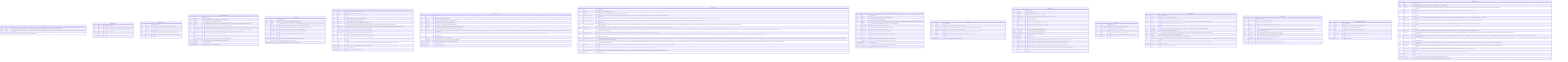
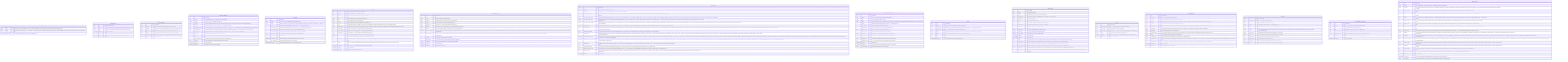
%% Generated by scripts/generate_er.py — do not edit by hand (make er)
erDiagram

    APP_CONFIG {
        string key PK "Config key in lower-snake attribute form (e.g. pdf_extractor). Matches the settings.<key> attribute name and the API path segment. ADR-0053 §2.1."
        string value "Override value as TEXT. NOT NULL — 'a row exists ⇔ override is active'. Reset to default by deleting the row (§3.3). Typed values (bool/float) are stored as their string form and coerced at read. ADR-0053 §2.1."
        timestamptz updated_at "Last write time (audit). Refreshed on every upsert. ADR-0053 §2.1."
    }

    CONVERSATIONS {
        uuid id PK "Conversation identity"
        string vault_id "Logical vault scope (matches pages/edges pattern), from VAULT_ID env var"
        string title "User-set or first-prompt-derived title, NULL until set (ADR-0019 §2.5)"
        timestamptz created_at "Row creation time"
        timestamptz updated_at "Bumped on each chat turn, drives last-active-conversation restore (AC-F6-1)"
        timestamptz deleted_at "NULL = live, set = soft-deleted (ADR-0005 / ADR-0019 §2.5)"
    }

    IMAGE_CAPTIONS {
        uuid id PK "Row identity"
        string vault_id "Vault this cached caption belongs to (per-vault cache scoping)"
        string sha256 "Lowercase hex sha256 of the image file's raw bytes (content-addressed key)"
        string file_path "Relative raw source path last seen for this content (audit, may drift)"
        string caption "Provider-generated caption used as the image's extracted text (R8-2)"
        string provider_type "Backend that produced the caption: local|api|cli (audit only, never routing)"
        timestamptz created_at "Row creation time"
    }

    IMPORT_SCHEDULES {
        uuid id PK "Row identity"
        string vault_id "Logical vault identifier — one schedule row per vault (UNIQUE)"
        boolean enabled "Scheduler is a no-op while false (ADR-0020 §4.1)"
        string source_dir "Container-visible absolute path to scan (e.g. /import). NULL until set by the user. Must be mounted into the container (ADR-0020 §7)."
        string frequency "Scan interval enum: '15m' | '1h' | '6h' | 'daily' (I7 — bounded, ADR-0020 §4.1)"
        string allowed_extensions "Comma-separated file extensions the scheduled scan imports (e.g. '.pdf,.csv'). NULL → default wider set (text + all extractable). P3-c (v1.5, ADR-0068)."
        string excluded_folders "Comma-separated folder names skipped during the scan (matched against path parts). NULL → nothing excluded. P3-c (v1.5, ADR-0068)."
        int max_size_mb "Max file size in MB the scan will import, larger files are skipped (I7). NULL → no size cap. P3-c (v1.5, ADR-0068)."
        timestamptz last_run_at "Timestamp of the last completed scan, NULL if never run"
        string last_status "Outcome of the last scan: 'ok' | 'error' | 'running' | 'skipped_disabled' | 'dir_missing' | NULL (never run)"
        int last_imported_count "Number of files copied (new/changed) during the last scan (ADR-0020 §4.3)"
        string last_error "Human-readable error from the last failed scan, NULL on success"
        timestamptz created_at "Row creation time"
        timestamptz updated_at "Updated on every PUT or scan completion"
    }

    LINT_RUNS {
        uuid id PK "Run identity"
        string vault_id "Scope — string, no vaults table (AQ-v0.5-6, ADR-0037 §3.1)"
        string status "running | completed | error. Defaults 'running', terminal write always in finally (never left 'running' on fall-through — ADR-0037 §4)."
        int max_iter "Iteration cap FROZEN at INSERT from POST body → LINT_MAX_ITER default (I7)"
        int token_budget "Token budget FROZEN at INSERT from POST body → LINT_TOKEN_BUDGET default (I7)"
        int iterations_used "Semantic rounds consumed (0..max_iter), 0 for deterministic-only scans"
        int findings_count "Number of findings emitted by this scan (capped at LINT_MAX_FINDINGS)"
        decimal total_cost_usd "I7 cost ledger, 0.0000 for local/cli (ADR-0009), $1 anomaly threshold"
        timestamptz started_at "Run start time"
        timestamptz completed_at "NULL while running, set in finally block (mirrors deep_research_runs)"
        string error_message "Populated only on status='error', NULL otherwise"
        timestamptz created_at "Row creation time (mirrors deep_research_runs/review_items)"
    }

    PAGES {
        uuid id PK "Page identity, also the Qdrant point id (ADR-0002)"
        string vault_id "Logical vault identifier — from VAULT_ID env var"
        string file_path "Relative path under vault/raw/sources/, join key to filesystem"
        string title "YAML frontmatter 'title', NULL if absent (K6, AC-K6-2/3)"
        string type "YAML frontmatter 'type', NULL if absent (K6)"
        jsonb sources "YAML frontmatter 'sources[]' as JSONB array, NULL if absent (K6)"
        jsonb tags "YAML frontmatter 'tags[]' as JSONB array, NULL if absent (K6 navigation, nashsu/llm_wiki parity). Mirrors 'sources' storage. Migration 0018."
        string generation_key "Stable identity for corpus-derived comparison/synthesis pages, mirrored as synapse_generation_key in YAML. NULL for ordinary/legacy pages (ADR-0074, 0031)."
        string content_hash "sha256 hex of raw file bytes — authoritative change signal (ADR-0001)"
        int source_mtime_ns "st_mtime_ns at last confirmed index — cheap fast-path gate (ADR-0001)"
        uuid qdrant_point_id "Qdrant point id == pages.id, explicit to allow deliberate divergence later"
        double x "FR x-coordinate (DOUBLE PRECISION), NULL until first layout (ADR-0013)"
        double y "FR y-coordinate (DOUBLE PRECISION), NULL until first layout (ADR-0013)"
        int community "Louvain community id, re-numbered by size (largest=0). NULL until first GraphEngine.recompute() after migration 0020 (G-P0-2). Persisted alongside x/y, exposed in GET /graph nodes (I2)."
        boolean pinned "True when the user manually positioned this node via PATCH /pages/(id)/position. Engine preserves pinned coords across FR recomputes (Feature A)."
        timestamptz deleted_at "NULL = live, set = soft-deleted (ADR-0005), Qdrant point hard-deleted"
        timestamptz created_at "Row creation time"
        timestamptz updated_at "Updated on every upsert (AC-WATCH-3)"
    }

    PROVIDER_CONFIG {
        uuid id PK "Row identity"
        string scope "global | vault | operation (ADR-0008 §2)"
        string operation "ingest | chat | lint, NULL unless scope='operation' (AQ-v0.2-5)"
        string vault_id "NULL at global scope, required at vault/operation scope"
        string provider_type "local | api | cli — selects the InferenceProvider backend (I6)"
        string model_id "Model name (e.g. claude-sonnet-4-6), value lives ONLY in DB rows (AC-F17-8)"
        string base_url "OpenAI-compatible endpoint for ApiProvider, NULL for Anthropic/local default"
        largebinary api_key_encrypted "W1 (F17, §12 amendment). Fernet-encrypted UI-supplied provider API key (master key from SYNAPSE_SECRET_KEY env, app/secrets_crypto.py). NULL = no UI key, the provider layer falls back to env-var keys (ANTHROPIC_API_KEY / OPENAI_API_KEY). The plaintext is NEVER stored and NEVER returned by any endpoint (GET exposes only api_key_configured + a masked hint). Migration 0026."
        string reasoning_effort "W1 (F17). Per-provider reasoning/thinking effort: auto | off | low | medium | high | max | custom. NULL/auto = provider default (no reasoning override). Threaded into the ApiProvider where the backend supports it (Anthropic extended thinking / OpenAI-compatible reasoning_effort), degrade-safe/ignored when unsupported. Migration 0026."
        int max_iter "Orchestrated-loop iteration cap (I7, ADR-0009)"
        int token_budget "Loop token budget (I7), 60000 orchestrated / 100000 cli (ADR-0009)"
        boolean is_fallback "Marks the single fallback row for a scope (ADR-0009 §fallback)"
        timestamptz created_at "Row creation time"
        timestamptz updated_at "Updated on every change"
    }

    VAULT_STATE {
        uuid id PK "Row identity"
        string vault_id "One row per vault, from VAULT_ID env var"
        int data_version "Monotonic, +1 per successful upsert ingest (AC-F16dv-2/4), FA2 debounce signal"
        boolean remote_mcp_enabled "Runtime toggle for the remote (HTTP) MCP surface (ADR-0032 §2.1). Default OFF, requires MCP_AUTH_TOKEN to be set before enabling. Persisted here, read into RemoteMcpFlag cache in main.py at startup."
        string mcp_access_token_hash "Salted PBKDF2-HMAC-SHA256 hash of the UI-set MCP access token (ADR-0033 §2.1). Format: pbkdf2_sha256$<iters>$<salt_b64>$<hash_b64>. NULL = no UI token, env MCP_AUTH_TOKEN is the bootstrap fallback. NEVER stores plaintext. Token shown once at generation time (one-time reveal). DB-hash takes precedence over env bootstrap when set. Migration 0012."
        boolean mcp_allow_without_token "When ON: PRIVATE sources (loopback/CGNAT/RFC1918/link-local/ULA) may reach /mcp/server without a bearer token (ADR-0033 §2.3). PUBLIC sources (Cloudflare tunnel — CF-Connecting-IP/CF-Ray) are NEVER exempted regardless of this flag (fail-safe by construction). Default false — fail-closed. Migration 0012."
        boolean remote_mcp_write_enabled "Runtime toggle for write tools (write_page, resolve_review, trigger_source_rescan) on the HTTP MCP surface (ADR-0072 §1). NULL = not set in DB, env MCP_REMOTE_WRITE_ENABLED is the fallback. When NOT NULL, DB value is authoritative (DB-wins-else-env). Always-register-guard model: write tools are always listed on the HTTP surface but each body checks the effective flag at call time (ADR-0072 §3). Migration 0030."
        boolean clip_enabled_db "Runtime enabled-gate for POST /clip ingress (ADR-0040 §3). NULL = not set in DB, env CLIP_ENABLED is the fallback. When NOT NULL, DB value is authoritative (overrides CLIP_ENABLED env). Migration 0015."
        string clip_access_token "PBKDF2-SHA256 hash of the bearer token for POST /clip (ADR-0040 §2.2 amendment). NOTE: the original migration 0015 comment says 'plaintext' — that is stale. The write path (PUT /clip/config rotate_token) stores the PBKDF2 hash (never the raw token). The raw token is shown exactly once at generation time in generated_token (never stored). Verification uses constant-time _verify_token(). NULL = no DB token, fall back to CLIP_TOKEN env bootstrap or none. When set, DB value wins over CLIP_TOKEN env. NEVER logged. Migration 0015."
        string clip_allowed_origins_db "Comma-separated Origin allowlist for POST /clip (ADR-0040 §3). NULL = fall back to CLIP_ALLOWED_ORIGINS env var. When set, DB value wins over env. Migration 0015."
        string cli_oauth_token "DEPRECATED write path (W7 migration 0027). Legacy plaintext CLI subscription OAuth token column (ADR-0043 §2.1 original). Kept for rollback safety — migration 0027 nulls this column after encrypting the value into cli_oauth_token_encrypted. The read path falls back to this column with a security warning if cli_oauth_token_encrypted is NULL (operator migration path when SYNAPSE_SECRET_KEY was absent at migration time). Will be dropped in a future cleanup migration. Migration 0017."
        largebinary cli_oauth_token_encrypted "W7 (ADR-0043 amendment). Fernet-encrypted CLI subscription OAuth token (master key from SYNAPSE_SECRET_KEY env, app/secrets_crypto.py). Produced on the host by 'claude setup-token' (prefix: sk-ant- + oat01-). NULL = no UI token, env 'CLAUDE_CODE_OAUTH_TOKEN' / 'CLAUDE_CODE_USE_SUBSCRIPTION' govern. When NOT NULL the DB value is authoritative: it is decrypted at startup and injected into the spawned 'claude' CLI env as CLAUDE_CODE_OAUTH_TOKEN. Fernet AES-128-CBC + HMAC-SHA256. Plaintext NEVER stored/logged. Requires SYNAPSE_SECRET_KEY to store (PUT /provider/cli-auth returns 400 when key absent). Fail-closed on tampered ciphertext (decrypt returns None, cache loads None). Migration 0027."
        largebinary web_search_api_keys_encrypted "P3-e (ADR-0071). Fernet-encrypted JSON map (provider: api_key) for the opt-in cloud web-search providers (tavily/serpapi/firecrawl/brave). Master key from SYNAPSE_SECRET_KEY env (app/secrets_crypto.py). NULL = no UI keys, env '(PROVIDER)_API_KEY' govern. When a provider's key is present here the DB value wins over env. Plaintext NEVER stored/logged/returned (GET exposes only a masked posture). Requires SYNAPSE_SECRET_KEY to store (PUT /web-search/provider-keys → 400 when absent). Fail-closed on tampered ciphertext. Migration 0029."
        string searxng_url_db "Runtime SearXNG base URL (ADR-0041 §3). NULL = not set in DB, fall back to SEARXNG_URL env var. When set, DB value wins over env. NOT a secret — returned by GET /web-search/config (no masking). Migration 0016."
        string searxng_categories_db "Comma-separated SearXNG categories (ADR-0041 §3). NULL = not set in DB, fall back to env / code defaults. When set, DB value wins over env. Migration 0016."
        int searxng_max_queries_db "Max SearXNG queries per deep-research iteration (ADR-0041 §3). NULL = not set in DB, fall back to DEEP_RESEARCH_MAX_QUERIES env. When set, DB value wins over env. Migration 0016."
+         string output_language "Mandatory AI output language chosen at vault creation (ADR-0081, llm_wiki create-dialog parity). ISO-639-1 code (e.g. 'en', 'it'). NULL = auto (detect from source content, pre-1.7.0 vaults). Read by ingest prompts (MANDATORY OUTPUT LANGUAGE directive) and by the writer language guard. Migration 0032."
        timestamptz updated_at "Last bump time"
    }

    DEEP_RESEARCH_RUNS {
        uuid id PK "Run identity"
        string vault_id "Scope — string, no vaults table (AQ-v0.5-6, ADR-0024 §7.1)"
        string topic "The research topic provided by the caller"
        string status "running | converged | max_iter_reached | budget_exhausted | error. Defaults 'running', terminal write always in finally (Do-NOT no.7, ADR-0024 §3.2)"
        int max_iter "Iteration cap FROZEN at INSERT from POST body → env default (AQ-v0.5-4)"
        int token_budget "Token budget FROZEN at INSERT (AQ-v0.5-4, I7)"
        int iterations_used "Rounds consumed (1..max_iter), 0 until first round completes"
        jsonb queries_used "Array of every query issued, per round (AC-F10-4c)"
        int sources_fetched "Count of fetched candidate sources across all iterations"
        boolean converged "True iff status == 'converged' (audit convenience, ADR-0024 §7.1)"
        decimal total_cost_usd "I7 cost ledger, 0.0000 for local/cli (ADR-0009), $1 anomaly threshold"
        string synthesis_text "The synthesized markdown, NULL until step 5 completes (AC-F10-4c)"
        uuid synthesis_page_id FK "FK → pages.id created by the re-entrant ingest_file, NULL until done"
        timestamptz started_at "Run start time"
        timestamptz completed_at "NULL while running, set in finally block (mirrors ingest_runs alias rule)"
        string error_message "Populated only on status='error', NULL otherwise"
    }

    EDGES {
        uuid id PK "Row identity"
        string vault_id "Scope edges per vault (matches pages/vault_state pattern)"
        uuid source_page_id FK "Unordered pair stored canonically (smaller UUID first by string sort). FK → pages.id (ADR-0012 / AQ-5)"
        uuid target_page_id FK "FK → pages.id, target of the undirected pair (ADR-0012)"
        double weight "Additive 4-signal weight > 0 (ADR-0012): 3·direct + 4·source_overlap + 1.5·adamic_adar + 1·same_type"
        jsonb signals "Per-signal breakdown ('direct','source','aa','type') for audit (AC-F4-1(e))"
        string kind "Structural edge discriminator: 'link' (direct wikilink present) | 'source' (shared provenance only). ADR-0016 §4. NULL for rows written before migration 0004 (treated as link)."
        timestamptz created_at "Row creation time (set on each recompute batch)"
    }

    INGEST_RUNS {
        uuid id PK "Row identity"
        string vault_id "Vault this run belongs to"
        uuid page_id FK "Originating source page, NULL on a pre-write failure"
        string provider_name "Provider class name (e.g. OllamaProvider) — AUDIT ONLY, never routed on (I6)"
        string provider_type "local | api | cli (audit)"
        string model_id "Resolved model used (audit)"
        string route "orchestrated | delegated (capability-aware routing outcome)"
        int max_iter_used "Iterations actually consumed (1..max_iter), 0 for delegated"
        int total_tokens "input+output tokens across all iterations (I7)"
        decimal total_cost_usd "0.0000 for local/cli (ADR-0009), logged per run (I7)"
        boolean converged "True if a valid batch was produced within max_iter"
        boolean cost_anomaly "True if total_cost_usd > 1.00 (ADR-0009 §3)"
        timestamptz started_at "Run start time"
        timestamptz finished_at "Run finish time"
        string status "Run lifecycle state: running | completed | failed | converged_false. Backfilled from converged for historical rows (ADR-0018 §7)."
        int pages_created "Number of wiki pages persisted during this run. 0 for historical rows, set by orchestrator on new runs (ADR-0018 §7)."
        string error_message "Human-readable error description for failed runs, NULL for completed/running/converged_false rows (ADR-0018 §7)."
        jsonb page_type_counts "Per-PageType pages created by this run for generation diagnostics, NULL for legacy rows (ADR-0073, migration 0031)."
        string source_path "Relative raw source path (raw/sources/…) the run is ingesting. NULL for historical rows written before migration 0021 (ADR-0046 §1)."
        int retry_count "Times this source has been retried. Enforces MAX_INGEST_RETRIES=3 (I7, ADR-0046 §5). Incremented by the queue manager on each re-dispatch, 0 for the initial attempt."
    }

    LINKS {
        uuid id PK "Row identity"
        uuid source_page_id FK "FK → pages.id, the page that contains the wikilink (K5)"
        string target_title "The [[Target]] title string as written (K5)"
        uuid target_page_id FK "Resolved FK → pages.id, NULL while the target page does not exist (K5, v0.3)"
        string alias "The |alias part of [[Target|alias]], if present (K5)"
        boolean dangling "True when target_page_id is unresolved (AC-K5-5), warn-not-error path"
        timestamptz created_at "Row creation time"
    }

    LINT_FINDINGS {
        uuid id PK "Finding identity"
        uuid lint_run_id FK "FK → lint_runs.id (ON DELETE CASCADE)"
        string vault_id "Denormalised vault scope (matches the run's vault, AQ-v0.5-6)"
        string category "Finding category (ADR-0037 §3.1 enum-by-convention, no DB CHECK): orphan-page | missing-xref | contradiction | stale-claim | missing-page."
        string severity "info | warning | error (advisory, display ordering). ADR-0037 §3.1."
        uuid target_page_id FK "FK → pages.id, the page the finding is about. NULL when none applies (e.g. a missing-page finding about a not-yet-existing title). ADR-0037 §3.1."
        string target_title "The page title the finding concerns (missing-page: title to create, missing-xref: the existing page that should be linked). ADR-0037 §3.1."
        string description "Human-readable 'what is wrong' (ADR-0037 §3.1)."
        string proposed_action "Human-readable description of the fix apply_lint_fix would attempt. NULL for flag-only findings (contradiction/stale-claim/orphan). ADR-0037 §3.1/§5."
        string status "open | applied | dismissed. Defaults 'open' (ADR-0037 §3.1)."
        string resolution_note "How the finding was resolved (apply outcome / dismiss reason). NULL while open."
        string suggested_target "Title of the best matching existing page found by the tolerant resolver at broken-wikilink scan time (exact → case-insensitive → slug). NULL when no suggestion or for non-broken-wikilink categories. L2 / ADR-0037 B1."
        uuid suggested_page_id FK "FK → pages.id, the live page whose title is 'suggested_target'. NULL when no suggestion or for non-broken-wikilink categories. L2 / ADR-0037 B1."
        timestamptz created_at "Row creation time"
        timestamptz reviewed_at "Set on apply/dismiss, NULL while open."
    }

    MESSAGES {
        uuid id PK "Message identity"
        uuid conversation_id FK "FK → conversations.id (ADR-0019 §2.5)"
        string role "'user' | 'assistant' | 'system' (ADR-0019 §2.5)"
        string content "RAW message content, incl. literal <think>…</think> un-mutated (AC-F7-2)"
        jsonb citations "RESERVED for M5 [n] citations, always [] in M4 (ADR-0019 §2.3)"
        jsonb images "B2-C1 image attachments: [(mime, data_base64)] for user messages. NULL when no images attached. Stored so regenerate/history preserves images. Migration: 0024_messages_images."
        string provider_type "Backend that produced an assistant msg (audit), NULL for user/system"
        string model_id "Resolved model that produced an assistant msg (audit), NULL otherwise"
        int input_tokens "Prompt tokens for an assistant turn (I7 persistent cost record)"
        int output_tokens "Completion tokens for an assistant turn (I7)"
        decimal total_cost_usd "0.0000 for local/cli (ADR-0009), logged + returned in done event (I7)"
        timestamptz created_at "Row creation time, messages ordered created_at ASC (ADR-0019 §2.5)"
    }

    DEEP_RESEARCH_SOURCES {
        uuid id PK "Row identity"
        uuid run_id FK "FK → deep_research_runs.id (ON DELETE CASCADE)"
        string url "The fetched source URL (from SearXNG hit)"
        string title "Hit title from SearXNG, may be URL if no title available"
        string fetched_content_md "Extracted markdown (capped at DEEP_RESEARCH_FETCH_MAX_CHARS), NULL on fetch failure (ADR-0024 §4 / Do-NOT no.9)"
        decimal relevance_score "Optional model/heuristic relevance, NULL in Phase 2 (ADR-0024 §11)"
        int iteration "Which round produced this source (1..max_iter), audit trail"
        timestamptz created_at "Row creation time"
    }

    REVIEW_ITEMS {
        uuid id PK "Row identity"
        string vault_id "Logical vault identifier — existing String (no FK, no vaults table). AQ-v0.5-6, ADR-0034 §3.1"
        string item_type "Proposal type (ADR-0034 §3.1 enum-by-convention, no DB CHECK): missing-page | suggestion | contradiction | duplicate | confirm. Old values (new_page/update_page/deep_research_candidate) are obsolete after migration 0013 left-shifts them to skipped."
        string proposal_origin "Structured proposal provenance: rule | ai | corpus | system | lint | legacy. Application-validated, legacy is the migration/backward-compatible default (ADR-0073, migration 0031)."
        string status "Lifecycle (ADR-0034 §3.1, ADR-0044 adds dismissed): pending | created | skipped | dismissed | deep_researched | auto_resolved. Defaults 'pending'. (approved is gone, Create produces created.)"
        uuid page_id FK "FK → pages.id, the review TARGET: existing page a contradiction/duplicate conflicts with, or source-context page for missing-page/suggestion. NULL when none applies. (ADR-0034 §3.1 — re-documented column)"
        uuid source_page_id FK "FK → pages.id, the page WHOSE INGEST produced this proposal (provenance). Distinct from page_id (the conflicting/target page). Lets the UI show 'proposed while ingesting X'. ADR-0034 §3.1 ADD."
        string proposed_title "The title the LLM proposes to create (required for missing-page, advisory for others). Drives the lazy skeleton (ADR-0034 §5.2) and rule-based sweep title match (§6.2). ADR-0034 §3.1 ADD."
        string proposed_page_type "Inferred PageType for the lazy skeleton: entity|concept|source|synthesis|comparison. NULL → heuristic applied at Create time (ADR-0034 §5.2). source is never a valid Create target. ADR-0034 §3.1 ADD."
        string proposed_dir "Target wiki/ subdir derived from proposed_page_type (DISPLAY ONLY). Recomputed from the final type at Create time — never trusted blindly (ADR-0034 §5.2). ADR-0034 §3.1 ADD."
        string rationale "Short human-readable 'why this matters' (ADR-0034 §3.1 ADD). Replaces the old per-page follow-up questions (pre_generated_query is DROPPED). For suggestion: the gap/follow-up, for contradiction: the conflict description, for confirm: what needs confirming. Used as the topic hint for Deep Research."
        string content_key "16-hex FNV-1a stable digest over vault_id + item_type + normalize(proposed_title) + (target_page_title|page_id) (ADR-0044 §3.2). Makes the queue idempotent across re-ingest: the same logical proposal keeps its content_key and therefore its status. NULL for 'confirm' items (never deduped — every confirmation is a distinct human ask) and legacy rows. Migration 0019."
        jsonb referenced_page_ids "JSON array of page-id STRINGS: the existing pages this proposal is contextually about (plural context set, ADR-0044 §2/§3.1). Bounded (≤ REVIEW_REFERENCED_PAGES_MAX, default 8). Distinct from page_id (single primary conflict) and source_page_id (provenance). Deliberately a JSON array, NOT a junction/FK — stale ids are filtered at render (ADR-0044 §9.2). NULL/[] when none. Migration 0019."
        jsonb search_queries "JSON array of ≤3 pre-generated web-search-query strings (ADR-0044 §2.3), produced by the SAME single proposal call (no extra provider call). Deep Research seeds its topic from search_queries[0], the UI shows them on the card. NULL when none. Migration 0019."
        string resolution "How the item closed (ADR-0034 §3.1 ADD, ADR-0044 adds dismissed): created | skipped | dismissed | researched | rule_resolved | llm_resolved. NULL while pending. Complements status (status records *what* happened, resolution records *how* it was resolved)."
        uuid created_page_id FK "FK → pages.id, the page a successful Create action produced (ADR-0034 §5). NULL while status != 'created'. Distinct from page_id and source_page_id. ADR-0034 §3.1 ADD."
        uuid deep_research_run_id FK "FK → deep_research_runs.id, set when the Deep-Research action fires (AC-F10-5). NULL while status != 'deep_researched'. Unchanged from ADR-0025."
        timestamptz created_at "Row creation time"
        timestamptz reviewed_at "Set on any terminal action (Create/Skip/Deep-Research/auto-resolve), NULL while pending."
        string reviewed_by "'web-ui' for human actions, 'auto-sweep' for the sweep (ADR-0034 §6.2/§6.3). NULL while pending."
    }
